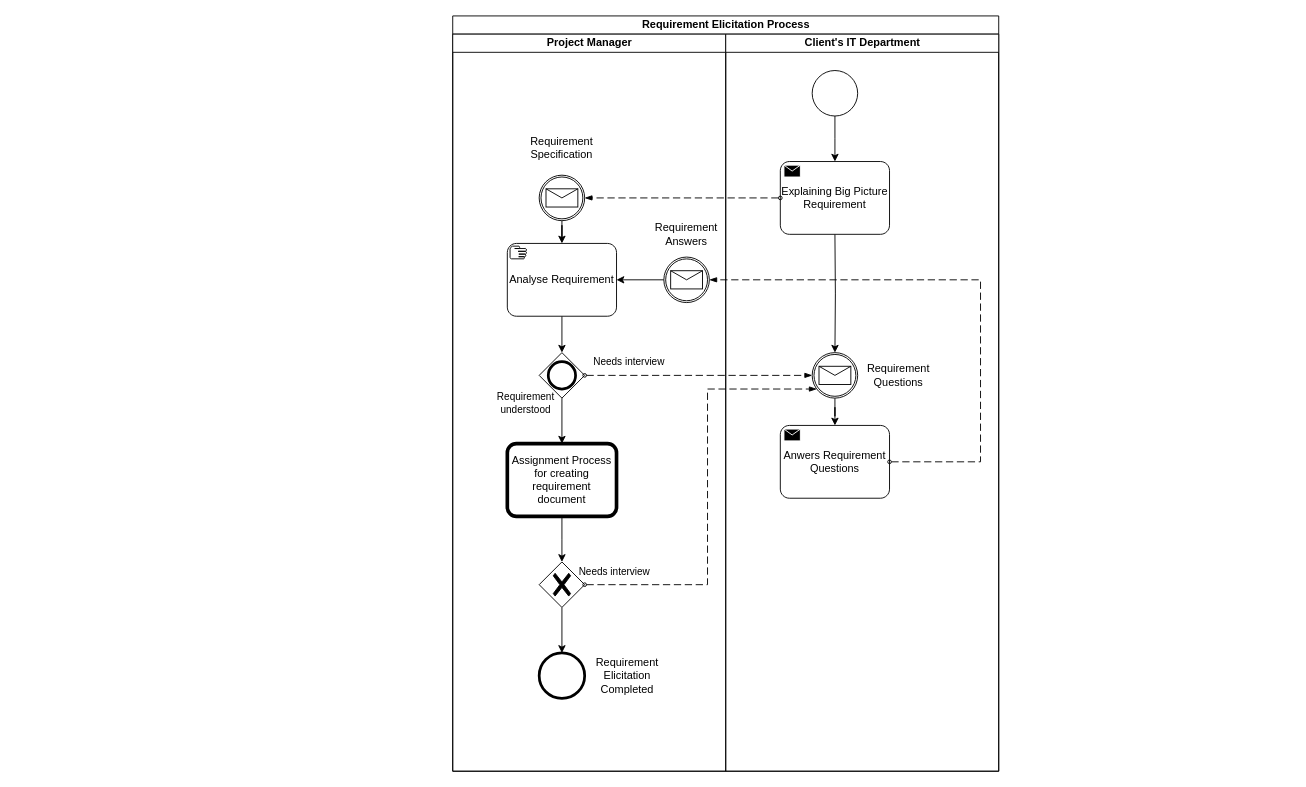
Above: page "Requirement Elicitation Process" (1 of 2) of Diagrams/BPM.drawio in ryusu777/TodoApp (draw.io), before the change. Source tidied: cells renumbered, new cells numbered last; positions are measured from the earlier drawing's top-left corner, leaving out a move shared by most shapes. Both pictures are drawn from the tidied source at 91%, with x=0, y=0 at pixel (452, 15).
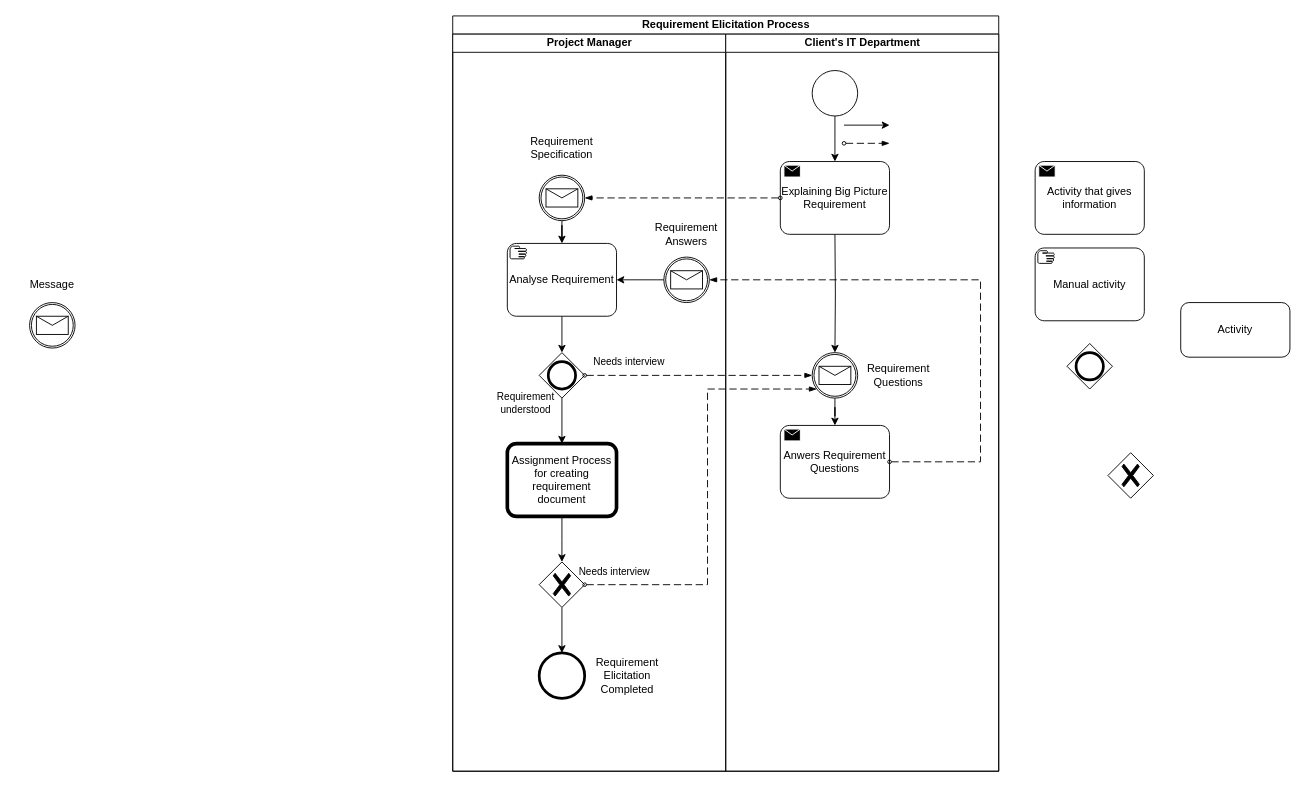
The same page after the edit.

The edit, as a diff of the source:
```diff
@@
+    <mxCell id="33" style="rounded=0;orthogonalLoop=1;jettySize=auto;html=1;" parent="1" edge="1">
+      <mxGeometry relative="1" as="geometry">
+        <mxPoint x="430" y="120" as="sourcePoint" />
+        <mxPoint x="480" y="120" as="targetPoint" />
+      </mxGeometry>
+    </mxCell>
+    <mxCell id="34" style="shape=mxgraph.bpmn.event;html=1;verticalLabelPosition=bottom;labelBackgroundColor=#ffffff;verticalAlign=top;align=center;perimeter=ellipsePerimeter;outline=catching;symbol=message;" parent="1" vertex="1">
+      <mxGeometry x="-465" y="315" width="50" height="50" as="geometry" />
+    </mxCell>
+    <mxCell id="35" value="Message" style="text;html=1;strokeColor=none;fillColor=none;align=center;verticalAlign=middle;whiteSpace=wrap;rounded=0;" parent="1" vertex="1">
+      <mxGeometry x="-480" y="280" width="80" height="30" as="geometry" />
+    </mxCell>
+    <mxCell id="36" style="dashed=1;dashPattern=8 4;endArrow=blockThin;endFill=1;startArrow=oval;startFill=0;endSize=6;startSize=4;rounded=0;" parent="1" edge="1">
+      <mxGeometry relative="1" as="geometry">
+        <mxPoint x="430" y="140" as="sourcePoint" />
+        <mxPoint x="480" y="140" as="targetPoint" />
+      </mxGeometry>
+    </mxCell>
+    <mxCell id="37" value="Activity that gives information" style="shape=mxgraph.bpmn.task;whiteSpace=wrap;rectStyle=rounded;size=10;taskMarker=send;" parent="1" vertex="1">
+      <mxGeometry x="640" y="160" width="120" height="80" as="geometry" />
+    </mxCell>
+    <mxCell id="38" value="Manual activity" style="shape=mxgraph.bpmn.task;whiteSpace=wrap;rectStyle=rounded;size=10;taskMarker=manual;" parent="1" vertex="1">
+      <mxGeometry x="640" y="255" width="120" height="80" as="geometry" />
+    </mxCell>
+    <mxCell id="39" style="shape=mxgraph.bpmn.gateway2;html=1;verticalLabelPosition=bottom;labelBackgroundColor=#ffffff;verticalAlign=top;align=center;perimeter=rhombusPerimeter;outline=end;symbol=general;" parent="1" vertex="1">
+      <mxGeometry x="675" y="360" width="50" height="50" as="geometry" />
+    </mxCell>
+    <mxCell id="40" value="Activity" style="rounded=1;whiteSpace=wrap;html=1;shadow=0;sketch=0;strokeColor=default;strokeWidth=1;fillColor=#FFFFFF;" parent="1" vertex="1">
+      <mxGeometry x="800" y="315" width="120" height="60" as="geometry" />
+    </mxCell>
+    <mxCell id="41" style="shape=mxgraph.bpmn.gateway2;html=1;verticalLabelPosition=bottom;labelBackgroundColor=#ffffff;verticalAlign=top;align=center;perimeter=rhombusPerimeter;outline=none;symbol=none;gwType=exclusive;" parent="1" vertex="1">
+      <mxGeometry x="720" y="480" width="50" height="50" as="geometry" />
+    </mxCell>
```
